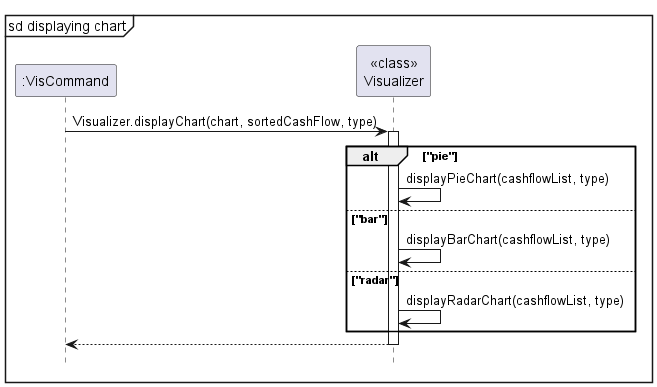
nus-cs2113-AY2324S1/tp keeps this PlantUML diagram as docs/images/vis/visualizerSequence.png. Above is the earlier version.
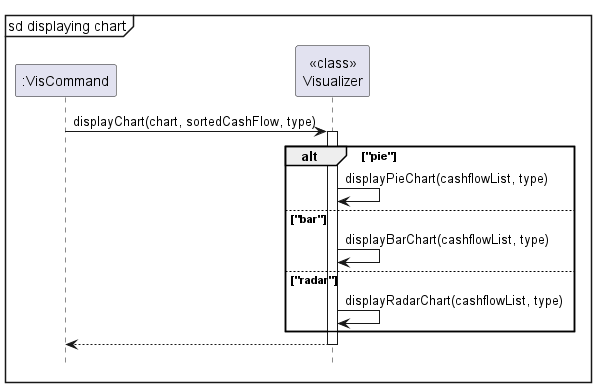
Later version of the same file.

What changed in the source:
```diff
@@ -5,7 +5,7 @@
 participant ":VisCommand"
 participant "<<class>>\nVisualizer"
 
-":VisCommand"-> "<<class>>\nVisualizer": Visualizer.displayChart(chart, sortedCashFlow, type)
+":VisCommand"-> "<<class>>\nVisualizer": displayChart(chart, sortedCashFlow, type)
 
 activate "<<class>>\nVisualizer"
 
```
